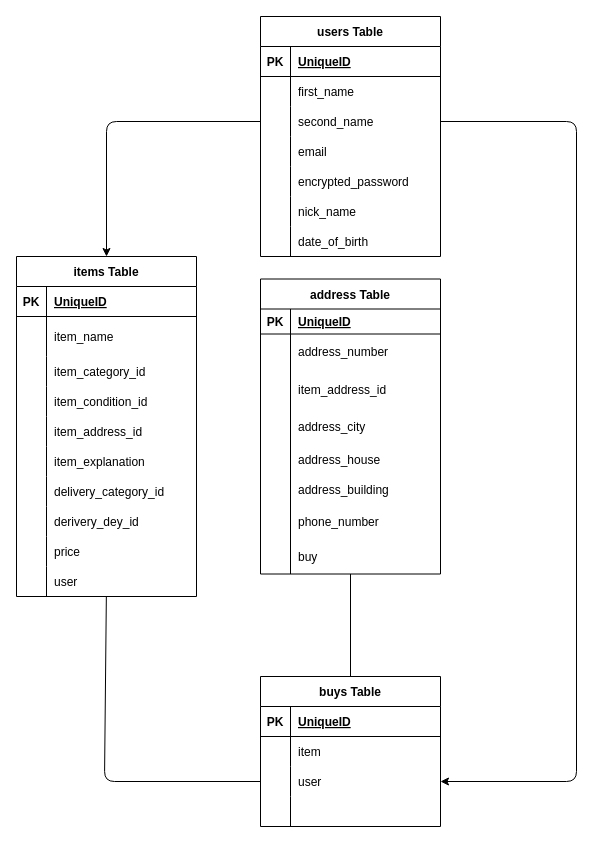
This is furima.dio from gotoshingo/furima-38095, a draw.io file, before an edit. Source tidied: cells renumbered, new cells numbered last; positions are measured from the earlier drawing's top-left corner, leaving out a move shared by most shapes. Both pictures are drawn from the tidied source at 100%, with x=0, y=0 at pixel (16, 16).
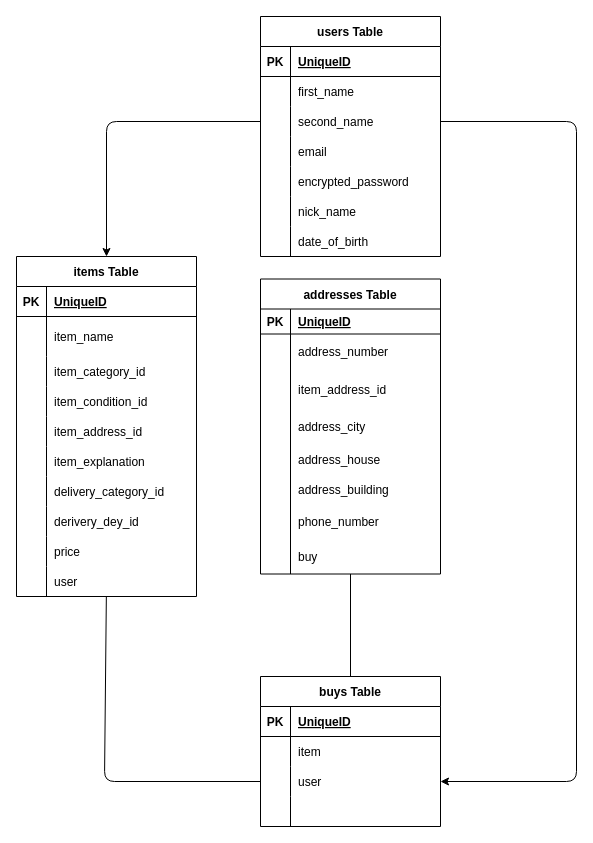
After the change.

The edit, as a diff of the source:
```diff
@@
-    <mxCell id="69" value="address Table" style="shape=table;startSize=30;childLayout=tableLayout;rowLines=0;fontStyle=1;align=center;" parent="1" vertex="1">
+    <mxCell id="69" value="addresses Table" style="shape=table;startSize=30;childLayout=tableLayout;rowLines=0;fontStyle=1;align=center;" parent="1" vertex="1">
       <mxGeometry x="244" y="262.5" width="180" height="295" as="geometry" />
     </mxCell>
```
